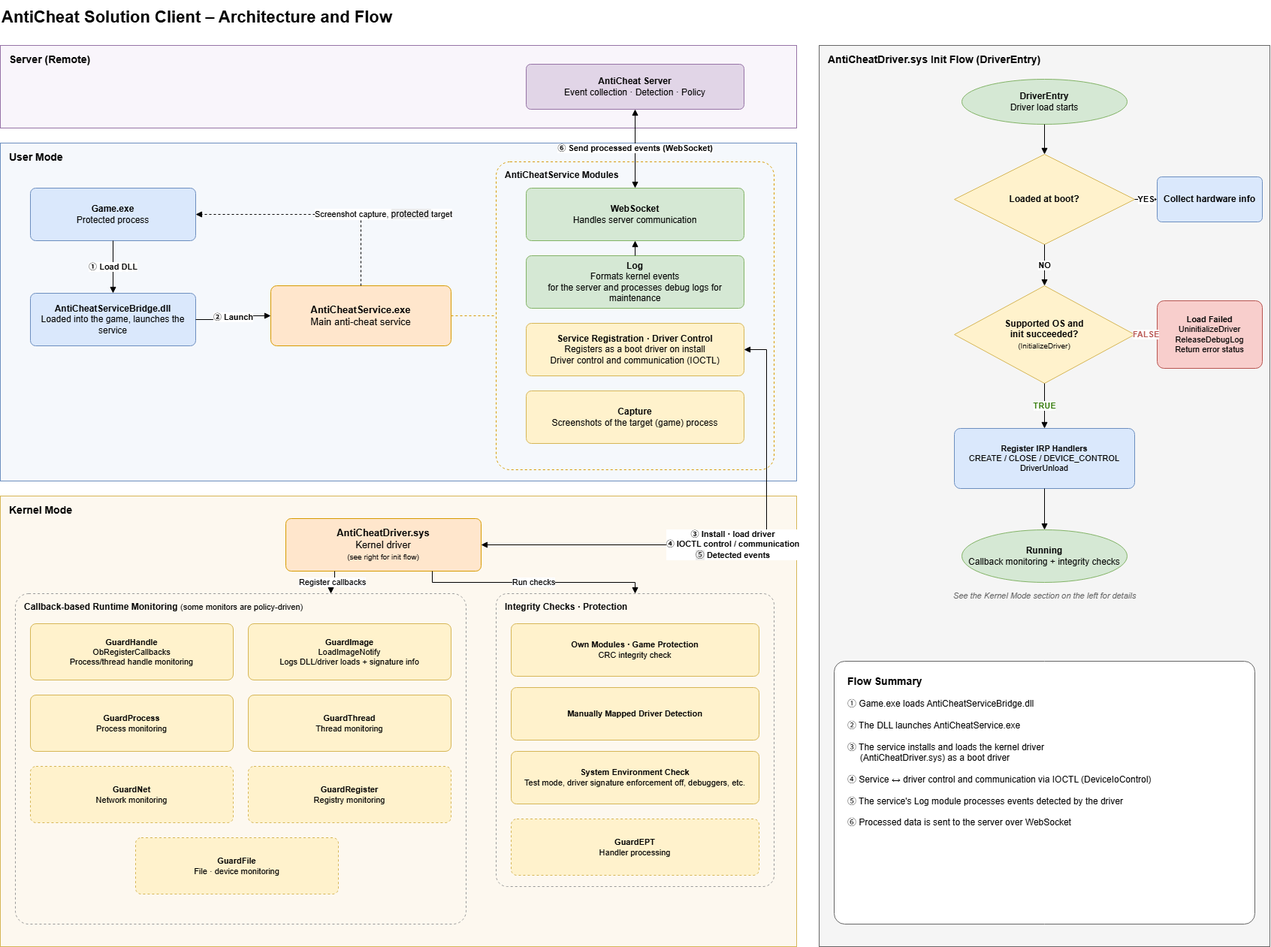
Above: docs/AntiCheat_Solution_EN.png in LeeGwan/AnticheatSolution_Client (draw.io), before the change. Source tidied: cells renumbered, new cells last; positions are measured from the earlier drawing's top-left corner, leaving out a move shared by most shapes.
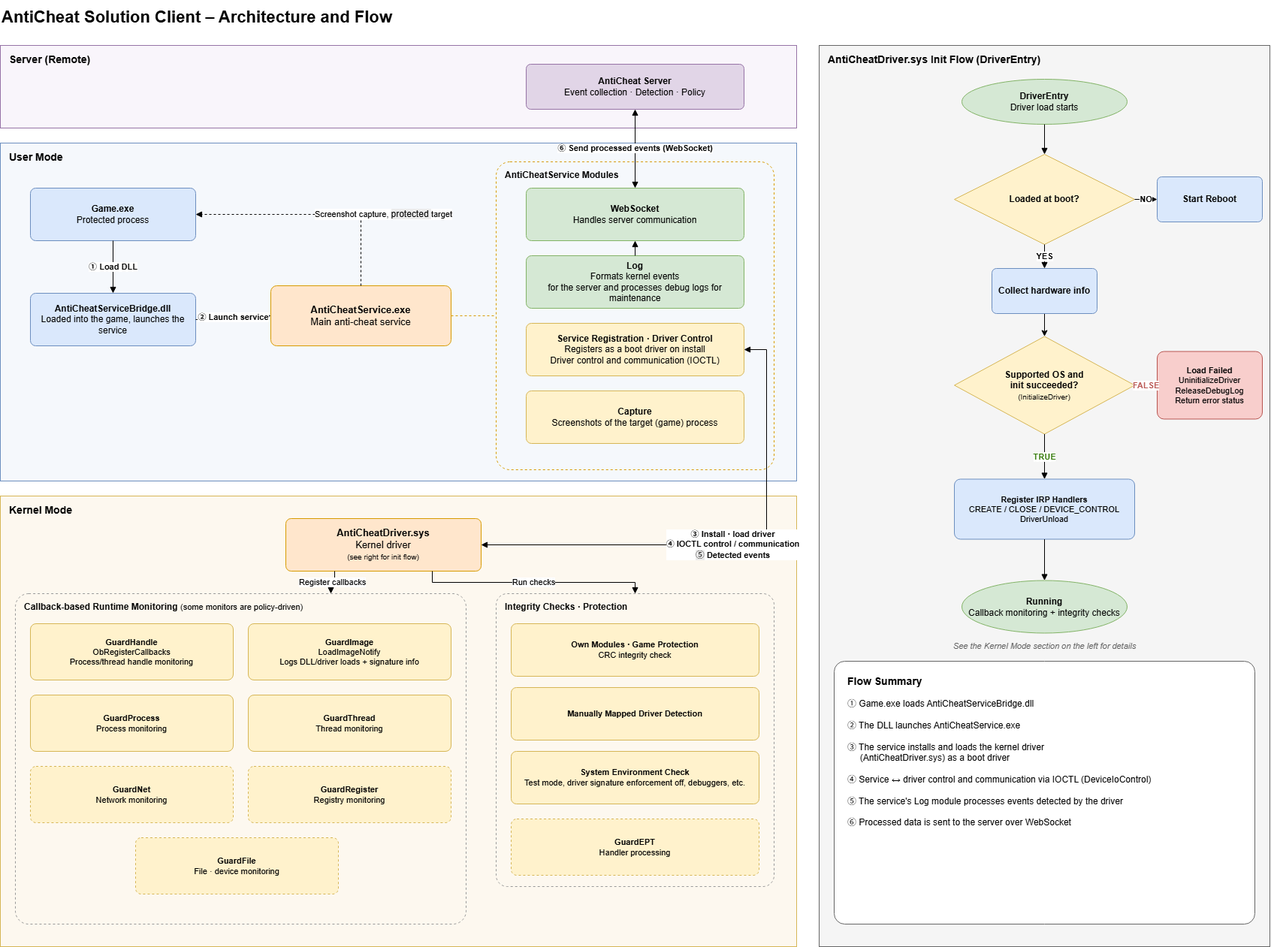
Above is the later version.

The edit, as a diff of the source:
```diff
@@ -89,7 +89,7 @@
     <mxCell id="30" value="① Load DLL" style="edgeStyle=orthogonalEdgeStyle;rounded=0;html=1;endArrow=block;endFill=1;fontSize=11;fontStyle=1;labelBackgroundColor=#ffffff;" parent="1" edge="1" source="8" target="9">
       <mxGeometry relative="1" as="geometry" />
     </mxCell>
-    <mxCell id="31" value="② Launch" style="edgeStyle=orthogonalEdgeStyle;rounded=0;html=1;endArrow=block;endFill=1;fontSize=11;fontStyle=1;labelBackgroundColor=#ffffff;exitX=1;exitY=0.5;entryX=0;entryY=0.5;" parent="1" edge="1" source="9" target="10">
+    <mxCell id="31" value="② Launch service" style="edgeStyle=orthogonalEdgeStyle;rounded=0;html=1;endArrow=block;endFill=1;fontSize=11;fontStyle=1;labelBackgroundColor=#ffffff;exitX=1;exitY=0.5;entryX=0;entryY=0.5;" parent="1" edge="1" source="9" target="10">
       <mxGeometry relative="1" as="geometry" />
     </mxCell>
     <mxCell id="32" style="edgeStyle=orthogonalEdgeStyle;rounded=0;html=1;endArrow=none;dashed=1;strokeColor=#d79b00;exitX=1;exitY=0.5;entryX=0;entryY=0.5;" parent="1" edge="1" source="10" target="11">
@@ -124,33 +124,33 @@
     <mxCell id="40" value="&lt;b&gt;Loaded at boot?&lt;/b&gt;" style="rhombus;whiteSpace=wrap;html=1;fontSize=12;fillColor=#fff2cc;strokeColor=#d6b656;" parent="1" vertex="1">
       <mxGeometry x="1270" y="205" width="240" height="120" as="geometry" />
     </mxCell>
-    <mxCell id="41" value="&lt;b&gt;Collect hardware info&lt;/b&gt;" style="rounded=1;whiteSpace=wrap;html=1;arcSize=10;fontSize=12;fillColor=#dae8fc;strokeColor=#6c8ebf;" parent="1" vertex="1">
-      <mxGeometry x="1540" y="235" width="140" height="60" as="geometry" />
-    </mxCell>
+    <mxCell id="54" value="&lt;b&gt;Start Reboot&lt;/b&gt;" style="rounded=1;whiteSpace=wrap;html=1;arcSize=10;fontSize=12;fillColor=#dae8fc;strokeColor=#6c8ebf;" parent="1" vertex="1">
+      <mxGeometry x="1540" y="235" width="140" height="60" as="geometry" />
+    </mxCell>
     <mxCell id="42" value="&lt;b&gt;Supported OS and&lt;br&gt;init succeeded?&lt;/b&gt;&lt;br&gt;&lt;font style=&quot;font-size:10px&quot;&gt;(InitializeDriver)&lt;/font&gt;" style="rhombus;whiteSpace=wrap;html=1;fontSize=12;fillColor=#fff2cc;strokeColor=#d6b656;" parent="1" vertex="1">
-      <mxGeometry x="1270" y="380" width="240" height="130" as="geometry" />
+      <mxGeometry x="1270" y="447.5" width="240" height="130" as="geometry" />
     </mxCell>
     <mxCell id="43" value="&lt;b&gt;Load Failed&lt;/b&gt;&lt;br&gt;UninitializeDriver&lt;br&gt;ReleaseDebugLog&lt;br&gt;Return error status" style="rounded=1;whiteSpace=wrap;html=1;arcSize=10;fontSize=11;fillColor=#f8cecc;strokeColor=#b85450;" parent="1" vertex="1">
-      <mxGeometry x="1540" y="400" width="140" height="90" as="geometry" />
+      <mxGeometry x="1540" y="467.5" width="140" height="90" as="geometry" />
     </mxCell>
     <mxCell id="44" value="&lt;b&gt;Register IRP Handlers&lt;/b&gt;&lt;br&gt;CREATE / CLOSE / DEVICE_CONTROL&lt;br&gt;DriverUnload" style="rounded=1;whiteSpace=wrap;html=1;arcSize=10;fontSize=11;fillColor=#dae8fc;strokeColor=#6c8ebf;" parent="1" vertex="1">
-      <mxGeometry x="1270" y="570" width="240" height="80" as="geometry" />
+      <mxGeometry x="1270" y="637.5" width="240" height="80" as="geometry" />
     </mxCell>
     <mxCell id="45" value="&lt;b&gt;Running&lt;/b&gt;&lt;br&gt;Callback monitoring + integrity checks" style="ellipse;whiteSpace=wrap;html=1;fontSize=12;fillColor=#d5e8d4;strokeColor=#82b366;" parent="1" vertex="1">
-      <mxGeometry x="1280" y="705" width="220" height="70" as="geometry" />
+      <mxGeometry x="1280" y="772.5" width="220" height="70" as="geometry" />
     </mxCell>
     <mxCell id="46" value="See the Kernel Mode section on the left for details" style="text;html=1;fontSize=11;fontStyle=2;align=center;verticalAlign=middle;fontColor=#666666;" parent="1" vertex="1">
-      <mxGeometry x="1250" y="780" width="280" height="25" as="geometry" />
+      <mxGeometry x="1250" y="847.5" width="280" height="25" as="geometry" />
     </mxCell>
     <mxCell id="47" style="edgeStyle=orthogonalEdgeStyle;rounded=0;html=1;endArrow=block;endFill=1;" parent="1" edge="1" source="39" target="40">
       <mxGeometry relative="1" as="geometry" />
     </mxCell>
+    <mxCell id="49" value="NO" style="edgeStyle=orthogonalEdgeStyle;rounded=0;html=1;endArrow=block;endFill=1;fontSize=11;fontStyle=1;labelBackgroundColor=#ffffff;exitX=1;exitY=0.5;entryX=0;entryY=0.5;" parent="1" edge="1" source="40" target="54">
+      <mxGeometry relative="1" as="geometry" />
+    </mxCell>
-    <mxCell id="48" value="YES" style="edgeStyle=orthogonalEdgeStyle;rounded=0;html=1;endArrow=block;endFill=1;fontSize=11;fontStyle=1;labelBackgroundColor=#ffffff;exitX=1;exitY=0.5;entryX=0;entryY=0.5;" parent="1" edge="1" source="40" target="41">
+    <mxCell id="48" value="YES" style="edgeStyle=orthogonalEdgeStyle;rounded=0;html=1;endArrow=block;endFill=1;fontSize=11;fontStyle=1;labelBackgroundColor=#ffffff;exitX=0.5;exitY=1;entryX=0.5;entryY=0;entryDx=0;entryDy=0;" parent="1" edge="1" source="40" target="41">
       <mxGeometry relative="1" as="geometry" />
     </mxCell>
-    <mxCell id="49" value="NO" style="edgeStyle=orthogonalEdgeStyle;rounded=0;html=1;endArrow=block;endFill=1;fontSize=11;fontStyle=1;labelBackgroundColor=#ffffff;exitX=0.5;exitY=1;entryX=0.5;entryY=0;" parent="1" edge="1" source="40" target="42">
-      <mxGeometry relative="1" as="geometry" />
-    </mxCell>
     <mxCell id="50" value="FALSE" style="edgeStyle=orthogonalEdgeStyle;rounded=0;html=1;endArrow=block;endFill=1;fontSize=11;fontStyle=1;fontColor=#b85450;labelBackgroundColor=#ffffff;exitX=1;exitY=0.5;entryX=0;entryY=0.5;" parent="1" edge="1" source="42" target="43">
       <mxGeometry relative="1" as="geometry" />
     </mxCell>
@@ -163,5 +163,11 @@
     <mxCell id="53" value="&lt;b style=&quot;font-size:14px&quot;&gt;Flow Summary&lt;/b&gt;&lt;br&gt;&lt;br&gt;① Game.exe loads AntiCheatServiceBridge.dll&lt;br&gt;&lt;br&gt;② The DLL launches AntiCheatService.exe&lt;br&gt;&lt;br&gt;③ The service installs and loads the kernel driver&lt;br&gt;&amp;nbsp;&amp;nbsp;&amp;nbsp;&amp;nbsp;&amp;nbsp;(AntiCheatDriver.sys) as a boot driver&lt;br&gt;&lt;br&gt;④ Service ↔ driver control and communication via IOCTL (DeviceIoControl)&lt;br&gt;&lt;br&gt;⑤ The service's Log module processes events detected by the driver&lt;br&gt;&lt;br&gt;⑥ Processed data is sent to the server over WebSocket" style="rounded=1;whiteSpace=wrap;html=1;arcSize=4;fontSize=12;align=left;verticalAlign=top;spacingLeft=16;spacingTop=12;fillColor=#ffffff;strokeColor=#666666;" parent="1" vertex="1">
       <mxGeometry x="1110" y="880" width="560" height="350" as="geometry" />
     </mxCell>
+    <mxCell id="55" style="edgeStyle=orthogonalEdgeStyle;rounded=0;jettySize=auto;html=1;defaultLabelBackgroundColor=page;" parent="1" edge="1" source="41" target="42">
+      <mxGeometry relative="1" as="geometry" />
+    </mxCell>
+    <mxCell id="41" value="&lt;b&gt;Collect hardware info&lt;/b&gt;" style="rounded=1;whiteSpace=wrap;html=1;arcSize=10;fontSize=12;fillColor=#dae8fc;strokeColor=#6c8ebf;" parent="1" vertex="1">
+      <mxGeometry x="1320" y="357" width="140" height="60" as="geometry" />
+    </mxCell>
   </root>
 </mxGraphModel>
```
